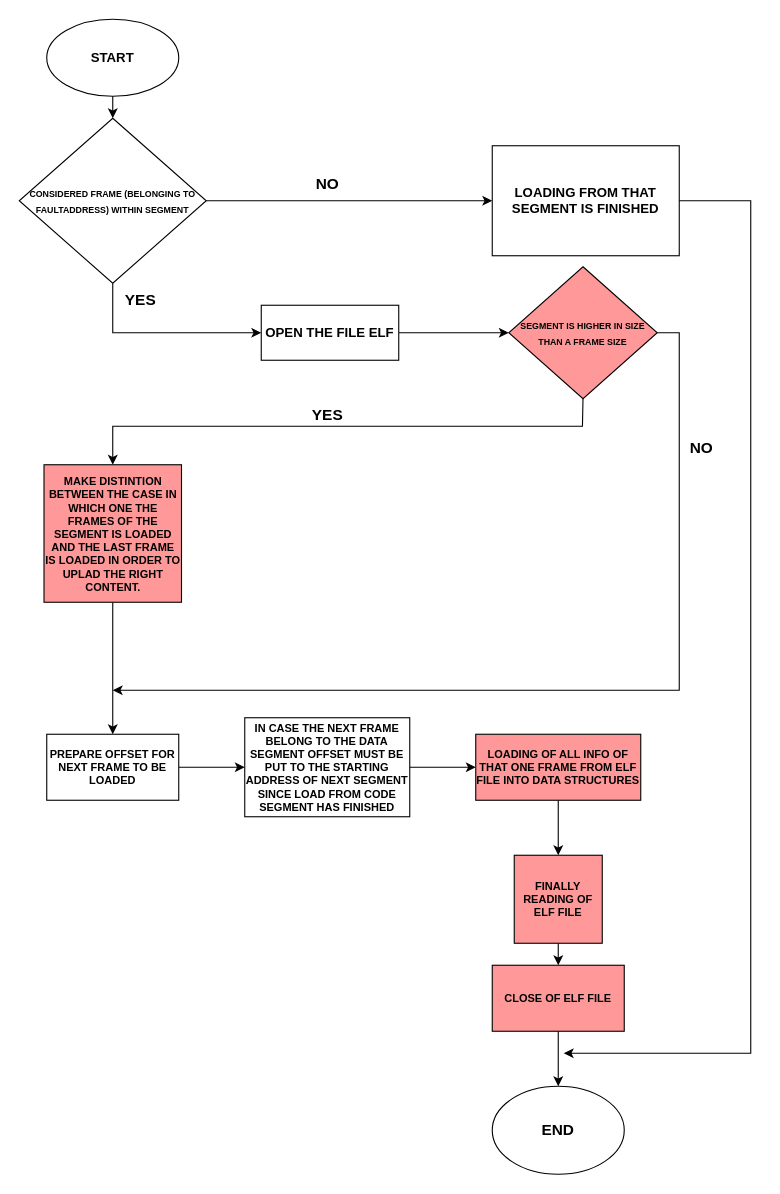
Above: page "Load ELF" (4 of 4) of Flow Charts.drawio in Davide619/OS161 (draw.io), before the change. Source tidied: cells renumbered, new cells numbered last; positions are measured from the earlier drawing's top-left corner, leaving out a move shared by most shapes. Both pictures are drawn from the tidied source at 110%, with x=0, y=0 at pixel (19, 19).
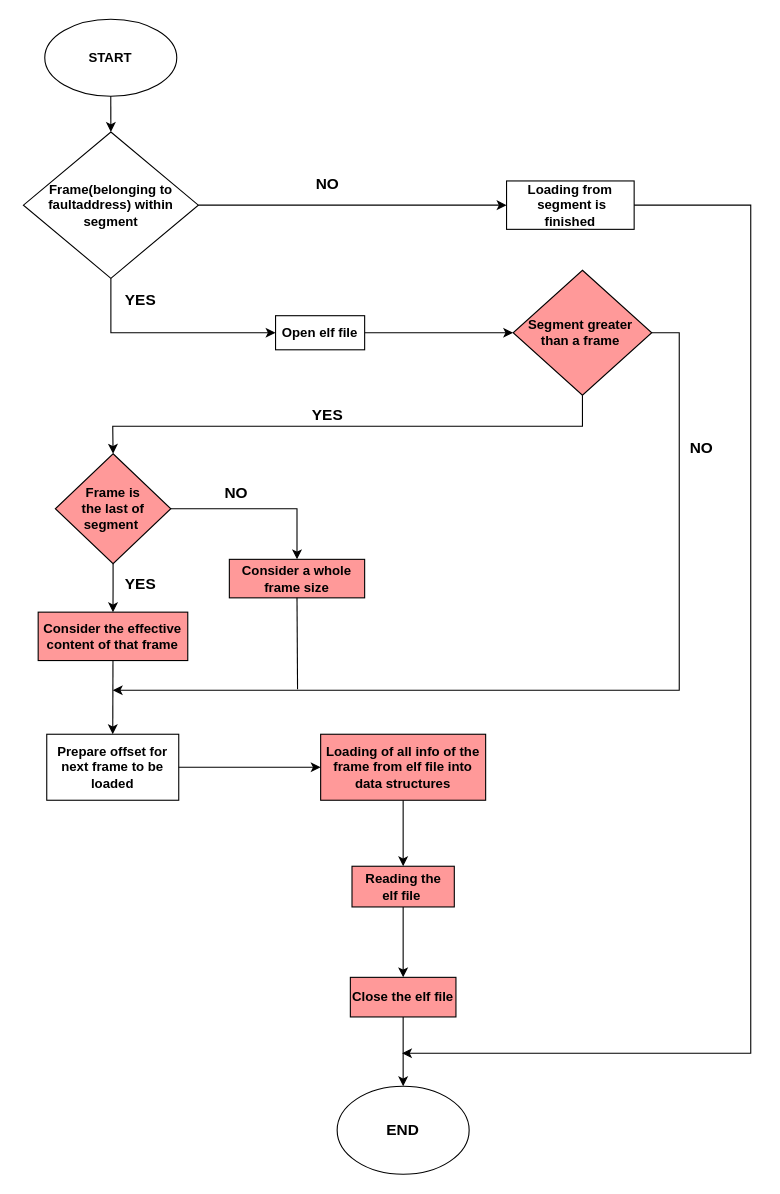
After the change.

Commit message (it also covers changes not shown here):
Update Flow Chart and Power point

Change to the diagram source:
```diff
@@
     <mxCell id="2" value="&lt;b&gt;START&lt;/b&gt;" style="ellipse;whiteSpace=wrap;html=1;" parent="1" vertex="1">
-      <mxGeometry x="25" width="120" height="70" as="geometry" />
+      <mxGeometry x="23.2" width="120" height="70" as="geometry" />
     </mxCell>
-    <mxCell id="3" value="&lt;div style=&quot;&quot;&gt;&lt;span style=&quot;background-color: initial;&quot;&gt;&lt;font style=&quot;font-size: 12px;&quot;&gt;&lt;b&gt;LOADING FROM THAT SEGMENT IS FINISHED&lt;/b&gt;&lt;/font&gt;&lt;/span&gt;&lt;/div&gt;" style="rounded=0;whiteSpace=wrap;html=1;align=center;" parent="1" vertex="1">
-      <mxGeometry x="430" y="115" width="170" height="100" as="geometry" />
+    <mxCell id="3" value="&lt;div style=&quot;&quot;&gt;&lt;span style=&quot;background-color: initial;&quot;&gt;&lt;font style=&quot;font-size: 12px;&quot;&gt;&lt;b&gt;Loading from&lt;/b&gt;&lt;/font&gt;&lt;/span&gt;&lt;/div&gt;&lt;div style=&quot;&quot;&gt;&lt;span style=&quot;background-color: initial;&quot;&gt;&lt;font style=&quot;font-size: 12px;&quot;&gt;&lt;b&gt;&amp;nbsp;segment is finished&lt;/b&gt;&lt;/font&gt;&lt;/span&gt;&lt;/div&gt;" style="rounded=0;whiteSpace=wrap;html=1;align=center;" parent="1" vertex="1">
+      <mxGeometry x="443" y="147" width="116" height="44" as="geometry" />
     </mxCell>
@@
-    <mxCell id="5" value="&lt;font style=&quot;font-size: 12px;&quot;&gt;&lt;b style=&quot;&quot;&gt;OPEN THE FILE ELF&lt;/b&gt;&lt;/font&gt;" style="rounded=0;whiteSpace=wrap;html=1;" parent="1" vertex="1">
-      <mxGeometry x="220" y="260" width="125" height="50" as="geometry" />
+    <mxCell id="5" value="&lt;font style=&quot;font-size: 12px;&quot;&gt;&lt;b style=&quot;&quot;&gt;Open elf file&lt;/b&gt;&lt;/font&gt;" style="rounded=0;whiteSpace=wrap;html=1;" parent="1" vertex="1">
+      <mxGeometry x="233" y="269.5" width="81" height="31" as="geometry" />
     </mxCell>
@@
-    <mxCell id="7" value="&lt;font style=&quot;font-size: 8px;&quot;&gt;&lt;b&gt;CONSIDERED FRAME (BELONGING TO FAULTADDRESS) WITHIN SEGMENT&lt;/b&gt;&lt;/font&gt;" style="rhombus;whiteSpace=wrap;html=1;align=center;" parent="1" vertex="1">
-      <mxGeometry y="90" width="170" height="150" as="geometry" />
+    <mxCell id="7" value="&lt;font style=&quot;&quot;&gt;&lt;b style=&quot;&quot;&gt;&lt;font style=&quot;font-size: 12px;&quot;&gt;Frame(belonging to&lt;br&gt;faultaddress) within&lt;br&gt;segment&lt;/font&gt;&lt;br&gt;&lt;/b&gt;&lt;/font&gt;" style="rhombus;whiteSpace=wrap;html=1;align=center;" parent="1" vertex="1">
+      <mxGeometry x="3.8" y="102.5" width="159" height="133" as="geometry" />
     </mxCell>
@@
-    <mxCell id="9" value="&lt;div style=&quot;&quot;&gt;&lt;span style=&quot;font-size: 8px; background-color: initial;&quot;&gt;&lt;b&gt;SEGMENT IS HIGHER IN SIZE THAN A FRAME SIZE&lt;/b&gt;&lt;/span&gt;&lt;/div&gt;" style="rhombus;whiteSpace=wrap;html=1;align=center;fillColor=#FF9999;" parent="1" vertex="1">
-      <mxGeometry x="445" y="225" width="135" height="120" as="geometry" />
+    <mxCell id="9" value="&lt;div style=&quot;&quot;&gt;&lt;span style=&quot;background-color: initial;&quot;&gt;&lt;b style=&quot;&quot;&gt;&lt;font style=&quot;font-size: 12px;&quot;&gt;Segment greater&amp;nbsp;&lt;/font&gt;&lt;/b&gt;&lt;/span&gt;&lt;/div&gt;&lt;div style=&quot;&quot;&gt;&lt;font style=&quot;font-size: 12px;&quot;&gt;&lt;span style=&quot;background-color: initial;&quot;&gt;&lt;b style=&quot;&quot;&gt;&lt;font style=&quot;&quot;&gt;than a frame&lt;/font&gt;&lt;/b&gt;&lt;/span&gt;&lt;b style=&quot;background-color: initial;&quot;&gt;&lt;font style=&quot;&quot;&gt;&amp;nbsp;&lt;/font&gt;&lt;/b&gt;&lt;/font&gt;&lt;/div&gt;" style="rhombus;whiteSpace=wrap;html=1;align=center;fillColor=#FF9999;" parent="1" vertex="1">
+      <mxGeometry x="449" y="228.2" width="126" height="113.6" as="geometry" />
     </mxCell>
@@
-    <mxCell id="14" style="endArrow=classic;html=1;rounded=0;fontSize=8;entryX=0.5;entryY=0;entryDx=0;entryDy=0;exitX=0.5;exitY=1;exitDx=0;exitDy=0;" parent="1" edge="1" source="9" target="16">
+    <mxCell id="14" style="endArrow=classic;html=1;rounded=0;fontSize=8;entryX=0.5;entryY=0;entryDx=0;entryDy=0;exitX=0.5;exitY=1;exitDx=0;exitDy=0;" parent="1" edge="1" source="9" target="34">
       <mxGeometry relative="1" as="geometry">
         <Array as="points">
           <mxPoint x="512" y="370" />
           <mxPoint x="85" y="370" />
         </Array>
       </mxGeometry>
     </mxCell>
-    <mxCell id="15" style="edgeStyle=orthogonalEdgeStyle;rounded=0;jettySize=auto;html=1;exitX=0.5;exitY=1;exitDx=0;exitDy=0;fontSize=10;" parent="1" edge="1" source="16" target="18">
-      <mxGeometry relative="1" as="geometry" />
-    </mxCell>
-    <mxCell id="16" value="&lt;span style=&quot;font-size: 10px;&quot;&gt;&lt;b&gt;MAKE DISTINTION BETWEEN THE CASE IN WHICH ONE THE FRAMES OF THE SEGMENT IS LOADED AND THE LAST FRAME IS LOADED IN ORDER TO UPLAD THE RIGHT CONTENT.&lt;/b&gt;&lt;/span&gt;" style="whiteSpace=wrap;html=1;fontSize=8;fillColor=#FF9999;" parent="1" vertex="1">
-      <mxGeometry x="22.5" y="405" width="125" height="125" as="geometry" />
-    </mxCell>
-    <mxCell id="17" style="edgeStyle=orthogonalEdgeStyle;rounded=0;jettySize=auto;html=1;exitX=1;exitY=0.5;exitDx=0;exitDy=0;entryX=0;entryY=0.5;entryDx=0;entryDy=0;fontSize=10;" parent="1" edge="1" source="18" target="20">
-      <mxGeometry relative="1" as="geometry" />
-    </mxCell>
-    <mxCell id="18" value="&lt;b&gt;PREPARE OFFSET FOR NEXT FRAME TO BE LOADED&lt;/b&gt;" style="rounded=0;whiteSpace=wrap;html=1;fontSize=10;" parent="1" vertex="1">
+    <mxCell id="18" value="&lt;b&gt;&lt;font style=&quot;font-size: 12px;&quot;&gt;Prepare offset for next frame to be loaded&lt;/font&gt;&lt;/b&gt;" style="rounded=0;whiteSpace=wrap;html=1;fontSize=10;fillColor=#FFFFFF;" parent="1" vertex="1">
       <mxGeometry x="25" y="650" width="120" height="60" as="geometry" />
     </mxCell>
-    <mxCell id="19" style="edgeStyle=orthogonalEdgeStyle;rounded=0;jettySize=auto;html=1;exitX=1;exitY=0.5;exitDx=0;exitDy=0;entryX=0;entryY=0.5;entryDx=0;entryDy=0;fontSize=10;" parent="1" edge="1" source="20" target="22">
+    <mxCell id="19" style="edgeStyle=orthogonalEdgeStyle;rounded=0;jettySize=auto;html=1;exitX=1;exitY=0.5;exitDx=0;exitDy=0;entryX=0;entryY=0.5;entryDx=0;entryDy=0;fontSize=10;" parent="1" edge="1" source="18" target="22">
       <mxGeometry relative="1" as="geometry" />
     </mxCell>
-    <mxCell id="20" value="&lt;b&gt;IN CASE THE NEXT FRAME BELONG TO THE DATA SEGMENT OFFSET MUST BE PUT TO THE STARTING ADDRESS OF NEXT SEGMENT SINCE LOAD FROM CODE SEGMENT HAS FINISHED&lt;/b&gt;" style="rounded=0;whiteSpace=wrap;html=1;fontSize=10;" parent="1" vertex="1">
-      <mxGeometry x="205" y="635" width="150" height="90" as="geometry" />
-    </mxCell>
-    <mxCell id="21" style="edgeStyle=orthogonalEdgeStyle;rounded=0;jettySize=auto;html=1;exitX=0.5;exitY=1;exitDx=0;exitDy=0;entryX=0.5;entryY=0;entryDx=0;entryDy=0;fontSize=10;" parent="1" edge="1" source="22" target="24">
-      <mxGeometry relative="1" as="geometry" />
-    </mxCell>
+    <mxCell id="31" style="edgeStyle=orthogonalEdgeStyle;rounded=0;jettySize=auto;html=1;exitX=0.5;exitY=1;exitDx=0;exitDy=0;entryX=0.5;entryY=0;entryDx=0;entryDy=0;fontSize=12;" parent="1" edge="1" source="22" target="42">
+      <mxGeometry relative="1" as="geometry" />
+    </mxCell>
-    <mxCell id="22" value="&lt;b&gt;LOADING OF ALL INFO OF THAT ONE FRAME FROM ELF FILE INTO DATA STRUCTURES&lt;/b&gt;" style="rounded=0;whiteSpace=wrap;html=1;fontSize=10;fillColor=#FF9999;" parent="1" vertex="1">
-      <mxGeometry x="415" y="650" width="150" height="60" as="geometry" />
+    <mxCell id="22" value="&lt;b&gt;&lt;font style=&quot;font-size: 12px;&quot;&gt;Loading of all info of the &lt;br&gt;frame from elf file into data structures&lt;/font&gt;&lt;/b&gt;" style="rounded=0;whiteSpace=wrap;html=1;fontSize=10;fillColor=#FF9999;" parent="1" vertex="1">
+      <mxGeometry x="274" y="650" width="150" height="60" as="geometry" />
     </mxCell>
-    <mxCell id="23" style="edgeStyle=orthogonalEdgeStyle;rounded=0;jettySize=auto;html=1;exitX=0.5;exitY=1;exitDx=0;exitDy=0;fontSize=10;entryX=0.5;entryY=0;entryDx=0;entryDy=0;" parent="1" edge="1" source="24" target="26">
-      <mxGeometry relative="1" as="geometry" />
-    </mxCell>
-    <mxCell id="24" value="&lt;b&gt;FINALLY READING OF ELF FILE&lt;/b&gt;" style="whiteSpace=wrap;html=1;fontSize=10;fillColor=#FF9999;" parent="1" vertex="1">
-      <mxGeometry x="450" y="760" width="80" height="80" as="geometry" />
-    </mxCell>
@@
-    <mxCell id="26" value="&lt;b&gt;CLOSE OF ELF FILE&lt;/b&gt;" style="rounded=0;whiteSpace=wrap;html=1;fontSize=10;fillColor=#FF9999;" parent="1" vertex="1">
-      <mxGeometry x="430" y="860" width="120" height="60" as="geometry" />
+    <mxCell id="26" value="&lt;b&gt;&lt;font style=&quot;font-size: 12px;&quot;&gt;Close the elf file&lt;/font&gt;&lt;br&gt;&lt;/b&gt;" style="rounded=0;whiteSpace=wrap;html=1;fontSize=10;fillColor=#FF9999;" parent="1" vertex="1">
+      <mxGeometry x="301" y="871" width="96" height="36" as="geometry" />
     </mxCell>
     <mxCell id="27" value="&lt;font style=&quot;font-size: 14px;&quot;&gt;&lt;b&gt;END&lt;/b&gt;&lt;/font&gt;" style="ellipse;whiteSpace=wrap;html=1;fontSize=10;" parent="1" vertex="1">
-      <mxGeometry x="430" y="970" width="120" height="80" as="geometry" />
+      <mxGeometry x="289" y="970" width="120" height="80" as="geometry" />
     </mxCell>
     <mxCell id="28" style="endArrow=classic;html=1;rounded=0;fontSize=10;exitX=1;exitY=0.5;exitDx=0;exitDy=0;" parent="1" edge="1" source="3">
       <mxGeometry relative="1" as="geometry">
-        <mxPoint x="495" y="940" as="targetPoint" />
+        <mxPoint x="348" y="940" as="targetPoint" />
         <Array as="points">
-          <mxPoint x="665" y="165" />
+          <mxPoint x="665" y="169" />
           <mxPoint x="665" y="940" />
         </Array>
       </mxGeometry>
     </mxCell>
@@
+    <mxCell id="32" style="edgeStyle=orthogonalEdgeStyle;rounded=0;jettySize=auto;html=1;exitX=0.5;exitY=1;exitDx=0;exitDy=0;entryX=0.5;entryY=0;entryDx=0;entryDy=0;" parent="1" edge="1" source="34" target="37">
+      <mxGeometry relative="1" as="geometry" />
+    </mxCell>
+    <mxCell id="33" style="edgeStyle=orthogonalEdgeStyle;rounded=0;jettySize=auto;html=1;exitX=1;exitY=0.5;exitDx=0;exitDy=0;entryX=0.5;entryY=0;entryDx=0;entryDy=0;" parent="1" edge="1" source="34" target="35">
+      <mxGeometry relative="1" as="geometry" />
+    </mxCell>
+    <mxCell id="34" value="&lt;b&gt;Frame is &lt;br&gt;the last of segment&amp;nbsp;&lt;/b&gt;" style="rhombus;whiteSpace=wrap;html=1;fillColor=#FF9999;" parent="1" vertex="1">
+      <mxGeometry x="32.8" y="395" width="105" height="100" as="geometry" />
+    </mxCell>
+    <mxCell id="35" value="&lt;b&gt;Consider a whole frame size&lt;/b&gt;" style="rounded=0;whiteSpace=wrap;html=1;fillColor=#FF9999;" parent="1" vertex="1">
+      <mxGeometry x="191" y="491" width="123" height="35" as="geometry" />
+    </mxCell>
+    <mxCell id="36" style="endArrow=none;html=1;rounded=0;exitX=0.5;exitY=1;exitDx=0;exitDy=0;" parent="1" edge="1" source="35">
+      <mxGeometry relative="1" as="geometry">
+        <mxPoint x="253" y="609" as="targetPoint" />
+      </mxGeometry>
+    </mxCell>
+    <mxCell id="37" value="&lt;b&gt;Consider the effective content of that frame&lt;/b&gt;" style="rounded=0;whiteSpace=wrap;html=1;fillColor=#FF9999;" parent="1" vertex="1">
+      <mxGeometry x="17.2" y="539" width="136" height="44" as="geometry" />
+    </mxCell>
+    <mxCell id="38" style="endArrow=classic;html=1;rounded=0;exitX=0.5;exitY=1;exitDx=0;exitDy=0;entryX=0.5;entryY=0;entryDx=0;entryDy=0;" parent="1" edge="1" source="37" target="18">
+      <mxGeometry relative="1" as="geometry" />
+    </mxCell>
+    <mxCell id="39" value="&lt;b&gt;&lt;font style=&quot;font-size: 14px;&quot;&gt;YES&lt;/font&gt;&lt;/b&gt;" style="text;html=1;align=center;verticalAlign=middle;strokeColor=none;fillColor=none;fontSize=12;" parent="1" vertex="1">
+      <mxGeometry x="85" y="498" width="50" height="30" as="geometry" />
+    </mxCell>
+    <mxCell id="40" value="&lt;b&gt;&lt;font style=&quot;font-size: 14px;&quot;&gt;NO&lt;/font&gt;&lt;/b&gt;" style="text;html=1;align=center;verticalAlign=middle;strokeColor=none;fillColor=none;fontSize=8;" parent="1" vertex="1">
+      <mxGeometry x="177" y="416" width="40" height="30" as="geometry" />
+    </mxCell>
+    <mxCell id="41" style="edgeStyle=orthogonalEdgeStyle;rounded=0;jettySize=auto;html=1;exitX=0.5;exitY=1;exitDx=0;exitDy=0;fontSize=12;" parent="1" edge="1" source="42" target="26">
+      <mxGeometry relative="1" as="geometry" />
+    </mxCell>
+    <mxCell id="42" value="&lt;span style=&quot;border-color: var(--border-color);&quot;&gt;&lt;b&gt;&lt;font style=&quot;font-size: 12px;&quot;&gt;Reading the&lt;br style=&quot;border-color: var(--border-color);&quot;&gt;elf file&amp;nbsp;&lt;/font&gt;&lt;/b&gt;&lt;/span&gt;" style="whiteSpace=wrap;html=1;fontSize=10;fillColor=#FF9999;" parent="1" vertex="1">
+      <mxGeometry x="302.5" y="770" width="93" height="37" as="geometry" />
+    </mxCell>
```
